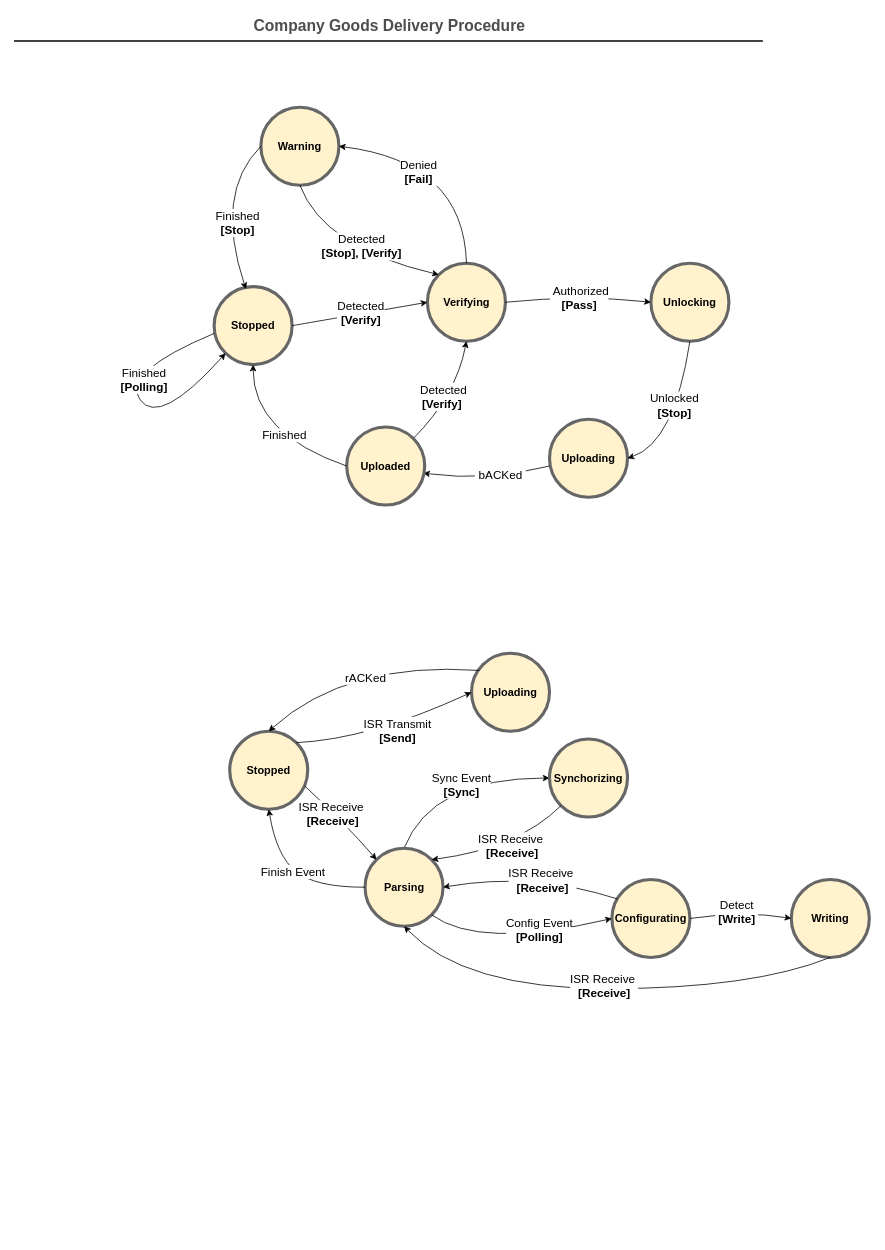
Above: Docs/overallStateMachine.drawio in trieu1162000/AESD (draw.io), before the change. Source tidied: cells renumbered, new cells numbered last; positions are measured from the earlier drawing's top-left corner, leaving out a move shared by most shapes. Both pictures are drawn from the tidied source at 78%, with x=0, y=0 at pixel (14, 13).
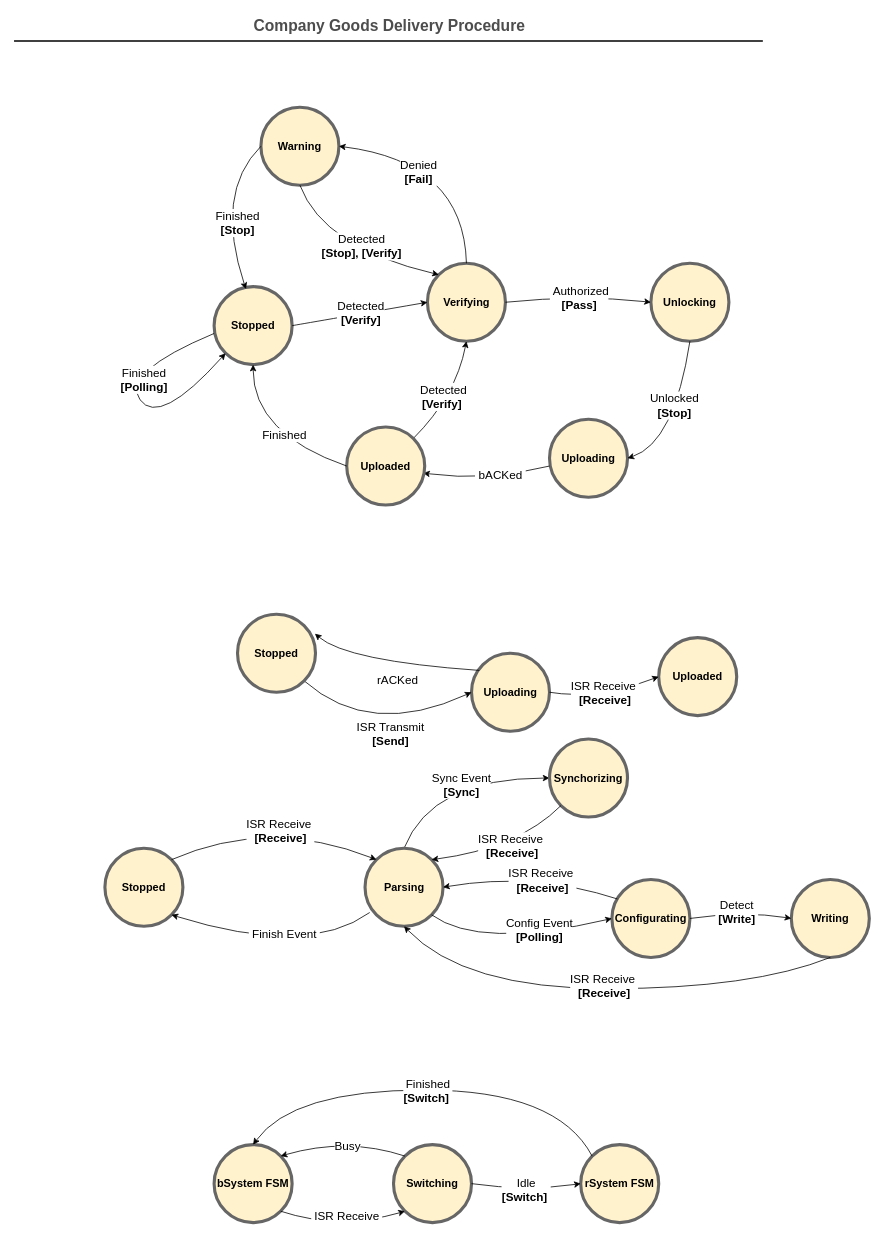
Above is the later version.

The change refers to these unchanged cells:
```xml
<mxCell id="25" value="&lt;font style=&quot;font-size: 14px;&quot;&gt;&lt;b&gt;Uploading&lt;/b&gt;&lt;/font&gt;" style="ellipse;whiteSpace=wrap;html=1;strokeWidth=4;fillColor=#fff2cc;strokeColor=#666666;" parent="1" vertex="1">
  <mxGeometry x="586" y="820" width="100" height="100" as="geometry" />
</mxCell>
<mxCell id="33" value="&lt;span style=&quot;font-size: 14px;&quot;&gt;&lt;b&gt;Parsing&lt;/b&gt;&lt;/span&gt;" style="ellipse;whiteSpace=wrap;html=1;strokeWidth=4;fillColor=#fff2cc;strokeColor=#666666;" parent="1" vertex="1">
  <mxGeometry x="449.5" y="1070" width="100" height="100" as="geometry" />
</mxCell>
```

The edit, as a diff of the source:
```diff
@@
     <mxCell id="26" value="&lt;font style=&quot;font-size: 14px;&quot;&gt;&lt;b&gt;Stopped&lt;/b&gt;&lt;/font&gt;" style="ellipse;whiteSpace=wrap;html=1;strokeWidth=4;fillColor=#fff2cc;strokeColor=#666666;" parent="1" vertex="1">
-      <mxGeometry x="276" y="920" width="100" height="100" as="geometry" />
+      <mxGeometry x="116" y="1070" width="100" height="100" as="geometry" />
     </mxCell>
-    <mxCell id="27" style="curved=1;endArrow=classic;html=1;rounded=0;exitX=0.1;exitY=0.22;exitDx=0;exitDy=0;exitPerimeter=0;" parent="1" edge="1" source="25">
+    <mxCell id="27" style="curved=1;endArrow=classic;html=1;rounded=0;exitX=0.1;exitY=0.22;exitDx=0;exitDy=0;exitPerimeter=0;entryX=0.992;entryY=0.249;entryDx=0;entryDy=0;entryPerimeter=0;" parent="1" edge="1" source="25" target="70">
       <mxGeometry relative="1" as="geometry">
-        <mxPoint x="326" y="920" as="targetPoint" />
         <Array as="points">
           <mxPoint x="426" y="830" />
         </Array>
       </mxGeometry>
     </mxCell>
@@
-    <mxCell id="29" style="curved=1;endArrow=classic;html=1;rounded=0;exitX=1;exitY=0;exitDx=0;exitDy=0;entryX=0;entryY=0.5;entryDx=0;entryDy=0;" parent="1" edge="1" source="26" target="25">
+    <mxCell id="29" style="curved=1;endArrow=classic;html=1;rounded=0;exitX=1;exitY=1;exitDx=0;exitDy=0;entryX=0;entryY=0.5;entryDx=0;entryDy=0;" parent="1" edge="1" source="70" target="25">
       <mxGeometry relative="1" as="geometry">
         <Array as="points">
           <mxPoint x="456" y="930" />
         </Array>
       </mxGeometry>
     </mxCell>
@@
-    <mxCell id="36" style="curved=1;endArrow=classic;html=1;rounded=0;exitX=0.96;exitY=0.7;exitDx=0;exitDy=0;entryX=0;entryY=0;entryDx=0;entryDy=0;exitPerimeter=0;" parent="1" edge="1" source="26" target="33">
+    <mxCell id="36" style="curved=1;endArrow=classic;html=1;rounded=0;entryX=0;entryY=0;entryDx=0;entryDy=0;exitX=1;exitY=0;exitDx=0;exitDy=0;" parent="1" edge="1" source="26" target="33">
       <mxGeometry relative="1" as="geometry">
         <Array as="points">
-          <mxPoint x="426" y="1040" />
+          <mxPoint x="326" y="1030" />
         </Array>
       </mxGeometry>
     </mxCell>
     <mxCell id="37" value="&lt;span style=&quot;font-size: 15px;&quot;&gt;ISR Receive&amp;nbsp;&lt;br&gt;&lt;b&gt;[Receive]&lt;/b&gt;&lt;br&gt;&lt;/span&gt;" style="edgeLabel;html=1;align=center;verticalAlign=middle;" parent="36" vertex="1">
       <mxGeometry x="0.01" y="2" relative="1" as="geometry">
-        <mxPoint x="-15" y="-9" as="offset" />
+        <mxPoint x="6" y="15" as="offset" />
       </mxGeometry>
     </mxCell>
@@
-    <mxCell id="45" style="curved=1;endArrow=classic;html=1;rounded=0;entryX=0.5;entryY=1;entryDx=0;entryDy=0;exitX=0;exitY=0.5;exitDx=0;exitDy=0;" parent="1" edge="1" source="33" target="26">
+    <mxCell id="45" style="curved=1;endArrow=classic;html=1;rounded=0;exitX=0.06;exitY=0.824;exitDx=0;exitDy=0;entryX=1;entryY=1;entryDx=0;entryDy=0;exitPerimeter=0;" parent="1" edge="1" source="33" target="26">
       <mxGeometry relative="1" as="geometry">
         <Array as="points">
-          <mxPoint x="386" y="1120" />
-          <mxPoint x="336" y="1080" />
+          <mxPoint x="376" y="1210" />
         </Array>
       </mxGeometry>
     </mxCell>
     <mxCell id="46" value="&lt;font style=&quot;font-size: 15px;&quot;&gt;&amp;nbsp;Finish Event&amp;nbsp;&lt;br&gt;&lt;/font&gt;" style="edgeLabel;html=1;align=center;verticalAlign=middle;" parent="45" vertex="1">
       <mxGeometry x="0.05" y="5" relative="1" as="geometry">
-        <mxPoint x="1" y="-2" as="offset" />
+        <mxPoint x="19" y="-20" as="offset" />
       </mxGeometry>
     </mxCell>
@@
+    <mxCell id="56" value="&lt;font style=&quot;font-size: 14px;&quot;&gt;&lt;b&gt;Switching&lt;/b&gt;&lt;/font&gt;" style="ellipse;whiteSpace=wrap;html=1;strokeWidth=4;fillColor=#fff2cc;strokeColor=#666666;" parent="1" vertex="1">
+      <mxGeometry x="486" y="1450" width="100" height="100" as="geometry" />
+    </mxCell>
+    <mxCell id="57" value="&lt;font style=&quot;font-size: 14px;&quot;&gt;&lt;b&gt;bSystem FSM&lt;/b&gt;&lt;/font&gt;" style="ellipse;whiteSpace=wrap;html=1;strokeWidth=4;fillColor=#fff2cc;strokeColor=#666666;" parent="1" vertex="1">
+      <mxGeometry x="256" y="1450" width="100" height="100" as="geometry" />
+    </mxCell>
+    <mxCell id="58" style="curved=1;endArrow=classic;html=1;rounded=0;exitX=0;exitY=0;exitDx=0;exitDy=0;entryX=1;entryY=0;entryDx=0;entryDy=0;" parent="1" edge="1" source="56" target="57">
+      <mxGeometry relative="1" as="geometry">
+        <Array as="points">
+          <mxPoint x="426" y="1440" />
+        </Array>
+      </mxGeometry>
+    </mxCell>
+    <mxCell id="59" value="&lt;span style=&quot;font-size: 15px;&quot;&gt;Busy&lt;br&gt;&lt;/span&gt;" style="edgeLabel;html=1;align=center;verticalAlign=middle;" parent="58" vertex="1">
+      <mxGeometry x="0.01" y="2" relative="1" as="geometry">
+        <mxPoint x="5" y="7" as="offset" />
+      </mxGeometry>
+    </mxCell>
+    <mxCell id="60" style="curved=1;endArrow=classic;html=1;rounded=0;exitX=1;exitY=1;exitDx=0;exitDy=0;entryX=0;entryY=1;entryDx=0;entryDy=0;" parent="1" edge="1" source="57" target="56">
+      <mxGeometry relative="1" as="geometry">
+        <Array as="points">
+          <mxPoint x="416" y="1560" />
+        </Array>
+      </mxGeometry>
+    </mxCell>
+    <mxCell id="61" value="&lt;span style=&quot;font-size: 15px;&quot;&gt;&amp;nbsp;ISR Receive&amp;nbsp;&lt;br&gt;&lt;br&gt;&lt;/span&gt;" style="edgeLabel;html=1;align=center;verticalAlign=middle;" parent="60" vertex="1">
+      <mxGeometry x="0.01" y="2" relative="1" as="geometry">
+        <mxPoint x="5" y="-7" as="offset" />
+      </mxGeometry>
+    </mxCell>
+    <mxCell id="62" value="&lt;font style=&quot;font-size: 14px;&quot;&gt;&lt;b&gt;rSystem FSM&lt;/b&gt;&lt;/font&gt;" style="ellipse;whiteSpace=wrap;html=1;strokeWidth=4;fillColor=#fff2cc;strokeColor=#666666;" parent="1" vertex="1">
+      <mxGeometry x="726" y="1450" width="100" height="100" as="geometry" />
+    </mxCell>
+    <mxCell id="63" style="curved=1;endArrow=classic;html=1;rounded=0;exitX=1;exitY=0.5;exitDx=0;exitDy=0;entryX=0;entryY=0.5;entryDx=0;entryDy=0;" parent="1" edge="1" source="56" target="62">
+      <mxGeometry relative="1" as="geometry">
+        <Array as="points">
+          <mxPoint x="656" y="1510" />
+        </Array>
+      </mxGeometry>
+    </mxCell>
+    <mxCell id="64" value="&lt;span style=&quot;font-size: 15px;&quot;&gt;Idle&lt;br&gt;&lt;b&gt;[Switch]&amp;nbsp;&lt;/b&gt;&lt;br&gt;&lt;/span&gt;" style="edgeLabel;html=1;align=center;verticalAlign=middle;" parent="63" vertex="1">
+      <mxGeometry x="0.01" y="2" relative="1" as="geometry">
+        <mxPoint x="-1" as="offset" />
+      </mxGeometry>
+    </mxCell>
+    <mxCell id="65" style="curved=1;endArrow=classic;html=1;rounded=0;exitX=0;exitY=0;exitDx=0;exitDy=0;entryX=0.5;entryY=0;entryDx=0;entryDy=0;" parent="1" edge="1" source="62" target="57">
+      <mxGeometry relative="1" as="geometry">
+        <Array as="points">
+          <mxPoint x="696" y="1380" />
+          <mxPoint x="356" y="1380" />
+        </Array>
+      </mxGeometry>
+    </mxCell>
+    <mxCell id="66" value="&lt;span style=&quot;font-size: 15px;&quot;&gt;Finished&lt;br&gt;&lt;b&gt;[Switch]&amp;nbsp;&lt;/b&gt;&lt;br&gt;&lt;/span&gt;" style="edgeLabel;html=1;align=center;verticalAlign=middle;" parent="65" vertex="1">
+      <mxGeometry x="0.01" y="2" relative="1" as="geometry">
+        <mxPoint x="1" y="-2" as="offset" />
+      </mxGeometry>
+    </mxCell>
+    <mxCell id="67" value="&lt;font style=&quot;font-size: 14px;&quot;&gt;&lt;b&gt;Uploaded&lt;/b&gt;&lt;/font&gt;" style="ellipse;whiteSpace=wrap;html=1;strokeWidth=4;fillColor=#fff2cc;strokeColor=#666666;" parent="1" vertex="1">
+      <mxGeometry x="826" y="800" width="100" height="100" as="geometry" />
+    </mxCell>
+    <mxCell id="68" style="curved=1;endArrow=classic;html=1;rounded=0;exitX=1;exitY=0.5;exitDx=0;exitDy=0;entryX=0;entryY=0.5;entryDx=0;entryDy=0;" parent="1" edge="1" source="25" target="67">
+      <mxGeometry relative="1" as="geometry">
+        <Array as="points">
+          <mxPoint x="746" y="880" />
+        </Array>
+      </mxGeometry>
+    </mxCell>
+    <mxCell id="69" value="&lt;span style=&quot;font-size: 15px;&quot;&gt;ISR Receive&amp;nbsp;&lt;br&gt;&lt;b&gt;[Receive]&lt;/b&gt;&lt;br&gt;&lt;/span&gt;" style="edgeLabel;html=1;align=center;verticalAlign=middle;" parent="68" vertex="1">
+      <mxGeometry x="0.01" y="2" relative="1" as="geometry">
+        <mxPoint x="-1" y="-4" as="offset" />
+      </mxGeometry>
+    </mxCell>
+    <mxCell id="70" value="&lt;font style=&quot;font-size: 14px;&quot;&gt;&lt;b&gt;Stopped&lt;/b&gt;&lt;/font&gt;" style="ellipse;whiteSpace=wrap;html=1;strokeWidth=4;fillColor=#fff2cc;strokeColor=#666666;" parent="1" vertex="1">
+      <mxGeometry x="286" y="770" width="100" height="100" as="geometry" />
+    </mxCell>
```
